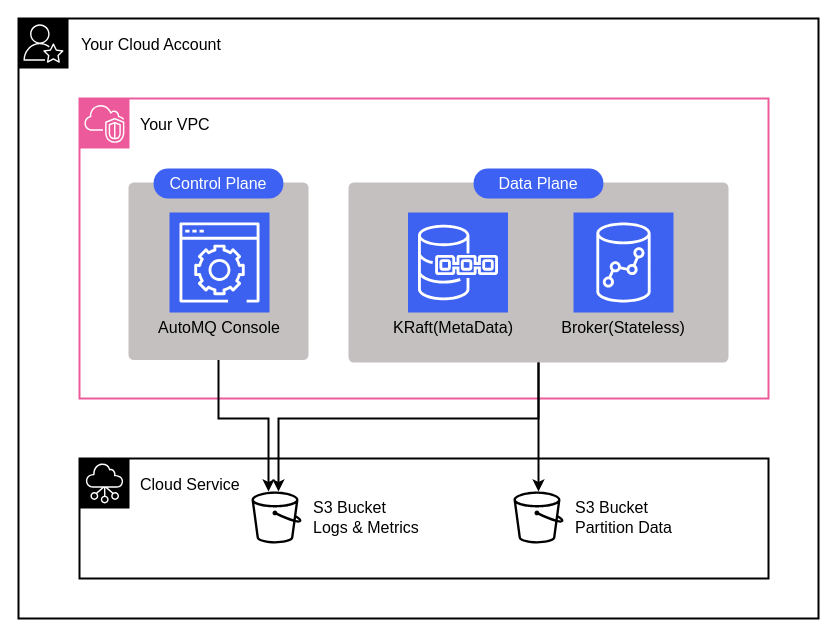
Before: byoc-overview.drawio in vintagewang/svgrepo, a draw.io diagram. Source tidied: cells renumbered, new cells numbered last; positions are measured from the earlier drawing's top-left corner, leaving out a move shared by most shapes. Both pictures are drawn from the tidied source at 100%, with x=0, y=0 at pixel (18, 18).
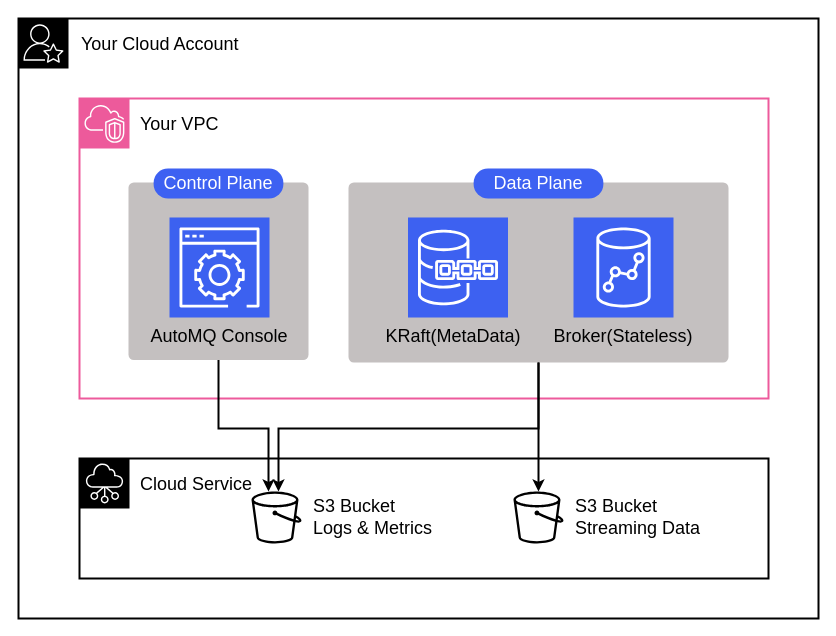
The same diagram, later.

The edit, as a diff of the source:
```diff
@@
-    <mxCell id="2" style="rounded=0;whiteSpace=wrap;html=1;strokeWidth=2;fontSize=16;" parent="1" vertex="1">
+    <mxCell id="2" style="rounded=0;whiteSpace=wrap;html=1;strokeWidth=2;fontSize=18;" parent="1" vertex="1">
       <mxGeometry width="800" height="600" as="geometry" />
     </mxCell>
-    <mxCell id="3" style="sketch=0;fontColor=#232F3E;fillColor=light-dark(#000000, #ff7cff);strokeColor=light-dark(#ffffff, #ededed);dashed=0;verticalLabelPosition=bottom;verticalAlign=top;align=center;html=1;fontSize=16;fontStyle=0;shape=mxgraph.aws4.resourceIcon;resIcon=mxgraph.aws4.professional_services;" parent="1" vertex="1">
+    <mxCell id="3" style="sketch=0;fontColor=#232F3E;fillColor=light-dark(#000000, #ff7cff);strokeColor=light-dark(#ffffff, #ededed);dashed=0;verticalLabelPosition=bottom;verticalAlign=top;align=center;html=1;fontSize=18;fontStyle=0;shape=mxgraph.aws4.resourceIcon;resIcon=mxgraph.aws4.professional_services;" parent="1" vertex="1">
       <mxGeometry width="50" height="50" as="geometry" />
     </mxCell>
-    <mxCell id="4" value="Your Cloud Account" style="text;html=1;whiteSpace=wrap;strokeColor=none;fillColor=none;align=left;verticalAlign=middle;rounded=0;fontSize=16;" parent="1" vertex="1">
+    <mxCell id="4" value="Your Cloud Account" style="text;html=1;whiteSpace=wrap;strokeColor=none;fillColor=none;align=left;verticalAlign=middle;rounded=0;fontSize=18;" parent="1" vertex="1">
       <mxGeometry x="61" y="11" width="170" height="30" as="geometry" />
     </mxCell>
-    <mxCell id="5" style="rounded=0;whiteSpace=wrap;html=1;strokeWidth=2;strokeColor=light-dark(#ed5a9c, #ededed);fontColor=light-dark(#ffffff, #ededed);fontSize=16;" parent="1" vertex="1">
+    <mxCell id="5" style="rounded=0;whiteSpace=wrap;html=1;strokeWidth=2;strokeColor=light-dark(#ed5a9c, #ededed);fontColor=light-dark(#ffffff, #ededed);fontSize=18;" parent="1" vertex="1">
       <mxGeometry x="61" y="80" width="689" height="300" as="geometry" />
     </mxCell>
-    <mxCell id="6" style="sketch=0;fontColor=#232F3E;fillColor=light-dark(#ed5a9b, #b17dff);strokeColor=#ffffff;dashed=0;verticalLabelPosition=bottom;verticalAlign=top;align=center;html=1;fontSize=16;fontStyle=0;shape=mxgraph.aws4.resourceIcon;resIcon=mxgraph.aws4.vpc;" parent="1" vertex="1">
+    <mxCell id="6" style="sketch=0;fontColor=#232F3E;fillColor=light-dark(#ed5a9b, #b17dff);strokeColor=#ffffff;dashed=0;verticalLabelPosition=bottom;verticalAlign=top;align=center;html=1;fontSize=18;fontStyle=0;shape=mxgraph.aws4.resourceIcon;resIcon=mxgraph.aws4.vpc;" parent="1" vertex="1">
       <mxGeometry x="61" y="80" width="50" height="50" as="geometry" />
     </mxCell>
-    <mxCell id="7" value="Your VPC" style="text;html=1;whiteSpace=wrap;strokeColor=none;fillColor=none;align=left;verticalAlign=middle;rounded=0;fontSize=16;" parent="1" vertex="1">
+    <mxCell id="7" value="Your VPC" style="text;html=1;whiteSpace=wrap;strokeColor=none;fillColor=none;align=left;verticalAlign=middle;rounded=0;fontSize=18;" parent="1" vertex="1">
       <mxGeometry x="120" y="91" width="170" height="30" as="geometry" />
     </mxCell>
-    <mxCell id="8" style="rounded=1;whiteSpace=wrap;html=1;arcSize=3;strokeColor=none;fillColor=light-dark(#c4c0c0, #ededed);fontSize=16;" parent="1" vertex="1">
+    <mxCell id="8" style="rounded=1;whiteSpace=wrap;html=1;arcSize=3;strokeColor=none;fillColor=light-dark(#c4c0c0, #ededed);fontSize=18;" parent="1" vertex="1">
       <mxGeometry x="110" y="164" width="180" height="177.5" as="geometry" />
     </mxCell>
-    <mxCell id="9" style="rounded=1;whiteSpace=wrap;html=1;arcSize=3;strokeColor=none;fillColor=light-dark(#c4c0c0, #ededed);fontSize=16;" parent="1" vertex="1">
+    <mxCell id="9" style="rounded=1;whiteSpace=wrap;html=1;arcSize=3;strokeColor=none;fillColor=light-dark(#c4c0c0, #ededed);fontSize=18;" parent="1" vertex="1">
       <mxGeometry x="330" y="164" width="380" height="180" as="geometry" />
     </mxCell>
-    <mxCell id="10" value="Control Plane" style="rounded=1;whiteSpace=wrap;html=1;arcSize=48;fillColor=light-dark(#3d61f2, #ededed);strokeColor=none;fontColor=light-dark(#ffffff, #ededed);fontSize=16;" parent="1" vertex="1">
+    <mxCell id="10" value="Control Plane" style="rounded=1;whiteSpace=wrap;html=1;arcSize=48;fillColor=light-dark(#3d61f2, #ededed);strokeColor=none;fontColor=light-dark(#ffffff, #ededed);fontSize=18;" parent="1" vertex="1">
       <mxGeometry x="135.1" y="150" width="129.8" height="30" as="geometry" />
     </mxCell>
-    <mxCell id="11" style="rounded=0;whiteSpace=wrap;html=1;strokeWidth=2;fontSize=16;" parent="1" vertex="1">
+    <mxCell id="11" style="rounded=0;whiteSpace=wrap;html=1;strokeWidth=2;fontSize=18;" parent="1" vertex="1">
       <mxGeometry x="61" y="440" width="689" height="120" as="geometry" />
     </mxCell>
-    <mxCell id="12" style="sketch=0;fontColor=#232F3E;fillColor=#000000;strokeColor=#ffffff;dashed=0;verticalLabelPosition=bottom;verticalAlign=top;align=center;html=1;fontSize=16;fontStyle=0;shape=mxgraph.aws4.resourceIcon;resIcon=mxgraph.aws4.networking_and_content_delivery;" parent="1" vertex="1">
+    <mxCell id="12" style="sketch=0;fontColor=#232F3E;fillColor=#000000;strokeColor=#ffffff;dashed=0;verticalLabelPosition=bottom;verticalAlign=top;align=center;html=1;fontSize=18;fontStyle=0;shape=mxgraph.aws4.resourceIcon;resIcon=mxgraph.aws4.networking_and_content_delivery;" parent="1" vertex="1">
       <mxGeometry x="61" y="440" width="50" height="50" as="geometry" />
     </mxCell>
-    <mxCell id="13" value="Cloud Service" style="text;html=1;whiteSpace=wrap;strokeColor=none;fillColor=none;align=left;verticalAlign=middle;rounded=0;fontSize=16;" parent="1" vertex="1">
+    <mxCell id="13" value="Cloud Service" style="text;html=1;whiteSpace=wrap;strokeColor=none;fillColor=none;align=left;verticalAlign=middle;rounded=0;fontSize=18;" parent="1" vertex="1">
       <mxGeometry x="120" y="451" width="170" height="30" as="geometry" />
     </mxCell>
-    <mxCell id="14" style="group;fontSize=16;" parent="1" vertex="1">
+    <mxCell id="14" style="group;fontSize=18;" parent="1" vertex="1">
       <mxGeometry x="233" y="473" width="230" height="52" as="geometry" />
     </mxCell>
-    <mxCell id="15" style="sketch=0;outlineConnect=0;fontColor=#232F3E;gradientColor=none;fillColor=#000000;strokeColor=none;dashed=0;verticalLabelPosition=bottom;verticalAlign=top;align=center;html=1;fontSize=16;fontStyle=0;shape=mxgraph.aws4.bucket;" parent="14" vertex="1">
+    <mxCell id="15" style="sketch=0;outlineConnect=0;fontColor=#232F3E;gradientColor=none;fillColor=#000000;strokeColor=none;dashed=0;verticalLabelPosition=bottom;verticalAlign=top;align=center;html=1;fontSize=18;fontStyle=0;shape=mxgraph.aws4.bucket;" parent="14" vertex="1">
       <mxGeometry width="50" height="52" as="geometry" />
     </mxCell>
-    <mxCell id="16" value="S3 Bucket&lt;br&gt;Logs &amp;amp; Metrics" style="text;html=1;whiteSpace=wrap;strokeColor=none;fillColor=none;align=left;verticalAlign=middle;rounded=0;fontSize=16;" parent="14" vertex="1">
+    <mxCell id="16" value="S3 Bucket&lt;br&gt;Logs &amp;amp; Metrics" style="text;html=1;whiteSpace=wrap;strokeColor=none;fillColor=none;align=left;verticalAlign=middle;rounded=0;fontSize=18;" parent="14" vertex="1">
       <mxGeometry x="60" y="11" width="170" height="30" as="geometry" />
     </mxCell>
-    <mxCell id="17" style="endArrow=classic;html=1;rounded=0;strokeWidth=2;exitX=0.5;exitY=1;exitDx=0;exitDy=0;edgeStyle=orthogonalEdgeStyle;fontSize=16;" parent="1" edge="1" source="8" target="15">
+    <mxCell id="17" style="endArrow=classic;html=1;rounded=0;strokeWidth=2;exitX=0.5;exitY=1;exitDx=0;exitDy=0;edgeStyle=orthogonalEdgeStyle;fontSize=18;" parent="1" edge="1" source="8" target="15">
       <mxGeometry relative="1" as="geometry">
         <Array as="points">
-          <mxPoint x="200" y="400" />
-          <mxPoint x="250" y="400" />
+          <mxPoint x="200" y="410" />
+          <mxPoint x="250" y="410" />
         </Array>
       </mxGeometry>
     </mxCell>
-    <mxCell id="18" style="sketch=0;outlineConnect=0;fontColor=#232F3E;gradientColor=none;fillColor=#000000;strokeColor=none;dashed=0;verticalLabelPosition=bottom;verticalAlign=top;align=center;html=1;fontSize=16;fontStyle=0;shape=mxgraph.aws4.bucket;" parent="1" vertex="1">
+    <mxCell id="18" style="sketch=0;outlineConnect=0;fontColor=#232F3E;gradientColor=none;fillColor=#000000;strokeColor=none;dashed=0;verticalLabelPosition=bottom;verticalAlign=top;align=center;html=1;fontSize=18;fontStyle=0;shape=mxgraph.aws4.bucket;" parent="1" vertex="1">
       <mxGeometry x="495" y="473" width="50" height="52" as="geometry" />
     </mxCell>
-    <mxCell id="19" value="S3 Bucket&lt;br&gt;Partition Data" style="text;html=1;whiteSpace=wrap;strokeColor=none;fillColor=none;align=left;verticalAlign=middle;rounded=0;fontSize=16;" parent="1" vertex="1">
+    <mxCell id="19" value="S3 Bucket&lt;br&gt;Streaming Data" style="text;html=1;whiteSpace=wrap;strokeColor=none;fillColor=none;align=left;verticalAlign=middle;rounded=0;fontSize=18;" parent="1" vertex="1">
       <mxGeometry x="555" y="484" width="170" height="30" as="geometry" />
     </mxCell>
-    <mxCell id="20" style="endArrow=classic;html=1;rounded=0;strokeWidth=2;exitX=0.5;exitY=1;exitDx=0;exitDy=0;edgeStyle=orthogonalEdgeStyle;fontSize=16;" parent="1" edge="1" source="9" target="15">
+    <mxCell id="20" style="endArrow=classic;html=1;rounded=0;strokeWidth=2;exitX=0.5;exitY=1;exitDx=0;exitDy=0;edgeStyle=orthogonalEdgeStyle;fontSize=18;" parent="1" edge="1" source="9" target="15">
       <mxGeometry relative="1" as="geometry">
         <Array as="points">
-          <mxPoint x="520" y="400" />
-          <mxPoint x="260" y="400" />
+          <mxPoint x="520" y="410" />
+          <mxPoint x="260" y="410" />
         </Array>
       </mxGeometry>
     </mxCell>
-    <mxCell id="21" style="endArrow=classic;html=1;rounded=0;strokeWidth=2;exitX=0.5;exitY=1;exitDx=0;exitDy=0;fontSize=16;" parent="1" edge="1" source="9" target="18">
+    <mxCell id="21" style="endArrow=classic;html=1;rounded=0;strokeWidth=2;exitX=0.5;exitY=1;exitDx=0;exitDy=0;fontSize=18;" parent="1" edge="1" source="9" target="18">
       <mxGeometry relative="1" as="geometry" />
     </mxCell>
-    <mxCell id="22" style="sketch=0;fontColor=#232F3E;fillColor=light-dark(#3c61f0, #ff81d9);strokeColor=#ffffff;dashed=0;verticalLabelPosition=bottom;verticalAlign=top;align=center;html=1;fontSize=16;fontStyle=0;shape=mxgraph.aws4.resourceIcon;resIcon=mxgraph.aws4.management_console;" parent="1" vertex="1">
-      <mxGeometry x="151" y="194" width="100" height="100" as="geometry" />
+    <mxCell id="22" style="sketch=0;fontColor=#232F3E;fillColor=light-dark(#3c61f0, #ff81d9);strokeColor=#ffffff;dashed=0;verticalLabelPosition=bottom;verticalAlign=top;align=center;html=1;fontSize=18;fontStyle=0;shape=mxgraph.aws4.resourceIcon;resIcon=mxgraph.aws4.management_console;" parent="1" vertex="1">
+      <mxGeometry x="151" y="199" width="100" height="100" as="geometry" />
     </mxCell>
-    <mxCell id="23" value="AutoMQ Console" style="text;html=1;whiteSpace=wrap;strokeColor=none;fillColor=none;align=center;verticalAlign=middle;rounded=0;fontSize=16;" parent="1" vertex="1">
-      <mxGeometry x="116" y="294" width="170" height="30" as="geometry" />
+    <mxCell id="23" value="AutoMQ Console" style="text;html=1;whiteSpace=wrap;strokeColor=none;fillColor=none;align=center;verticalAlign=middle;rounded=0;fontSize=18;fontColor=light-dark(#000000,#EDEDED);" parent="1" vertex="1">
+      <mxGeometry x="116" y="303" width="170" height="30" as="geometry" />
     </mxCell>
-    <mxCell id="24" style="sketch=0;fontColor=#232F3E;fillColor=light-dark(#3d61f1, #ff7cff);strokeColor=#ffffff;dashed=0;verticalLabelPosition=bottom;verticalAlign=top;align=center;html=1;fontSize=16;fontStyle=0;shape=mxgraph.aws4.resourceIcon;resIcon=mxgraph.aws4.redshift;" parent="1" vertex="1">
-      <mxGeometry x="555" y="194" width="100" height="100" as="geometry" />
+    <mxCell id="24" style="sketch=0;fontColor=#232F3E;fillColor=light-dark(#3d61f1, #ff7cff);strokeColor=#ffffff;dashed=0;verticalLabelPosition=bottom;verticalAlign=top;align=center;html=1;fontSize=18;fontStyle=0;shape=mxgraph.aws4.resourceIcon;resIcon=mxgraph.aws4.redshift;" parent="1" vertex="1">
+      <mxGeometry x="555" y="199" width="100" height="100" as="geometry" />
     </mxCell>
-    <mxCell id="25" style="sketch=0;fontColor=#232F3E;fillColor=light-dark(#3d61f1, #ff7cff);strokeColor=#ffffff;dashed=0;verticalLabelPosition=bottom;verticalAlign=top;align=center;html=1;fontSize=16;fontStyle=0;shape=mxgraph.aws4.resourceIcon;resIcon=mxgraph.aws4.quantum_ledger_database;" parent="1" vertex="1">
-      <mxGeometry x="389.5" y="194" width="100" height="100" as="geometry" />
+    <mxCell id="25" style="sketch=0;fontColor=#232F3E;fillColor=light-dark(#3d61f1, #ff7cff);strokeColor=#ffffff;dashed=0;verticalLabelPosition=bottom;verticalAlign=top;align=center;html=1;fontSize=18;fontStyle=0;shape=mxgraph.aws4.resourceIcon;resIcon=mxgraph.aws4.quantum_ledger_database;" parent="1" vertex="1">
+      <mxGeometry x="389.5" y="199" width="100" height="100" as="geometry" />
     </mxCell>
-    <mxCell id="26" value="KRaft(MetaData)" style="text;html=1;whiteSpace=wrap;strokeColor=none;fillColor=none;align=center;verticalAlign=middle;rounded=0;fontSize=16;" parent="1" vertex="1">
-      <mxGeometry x="350" y="294" width="170" height="30" as="geometry" />
+    <mxCell id="26" value="KRaft(MetaData)" style="text;html=1;whiteSpace=wrap;strokeColor=none;fillColor=none;align=center;verticalAlign=middle;rounded=0;fontSize=18;" parent="1" vertex="1">
+      <mxGeometry x="350" y="303" width="170" height="30" as="geometry" />
     </mxCell>
-    <mxCell id="27" value="Broker(Stateless)" style="text;html=1;whiteSpace=wrap;strokeColor=none;fillColor=none;align=center;verticalAlign=middle;rounded=0;fontSize=16;" parent="1" vertex="1">
-      <mxGeometry x="520" y="294" width="170" height="30" as="geometry" />
+    <mxCell id="27" value="Broker(Stateless)" style="text;html=1;whiteSpace=wrap;strokeColor=none;fillColor=none;align=center;verticalAlign=middle;rounded=0;fontSize=18;" parent="1" vertex="1">
+      <mxGeometry x="520" y="303" width="170" height="30" as="geometry" />
     </mxCell>
-    <mxCell id="28" value="Data Plane" style="rounded=1;whiteSpace=wrap;html=1;arcSize=48;fillColor=light-dark(#3d61f2, #ededed);strokeColor=none;fontColor=light-dark(#ffffff, #ededed);fontSize=16;" parent="1" vertex="1">
+    <mxCell id="28" value="Data Plane" style="rounded=1;whiteSpace=wrap;html=1;arcSize=48;fillColor=light-dark(#3d61f2, #ededed);strokeColor=none;fontColor=light-dark(#ffffff, #ededed);fontSize=18;" parent="1" vertex="1">
       <mxGeometry x="455.1" y="150" width="129.8" height="30" as="geometry" />
     </mxCell>
```
